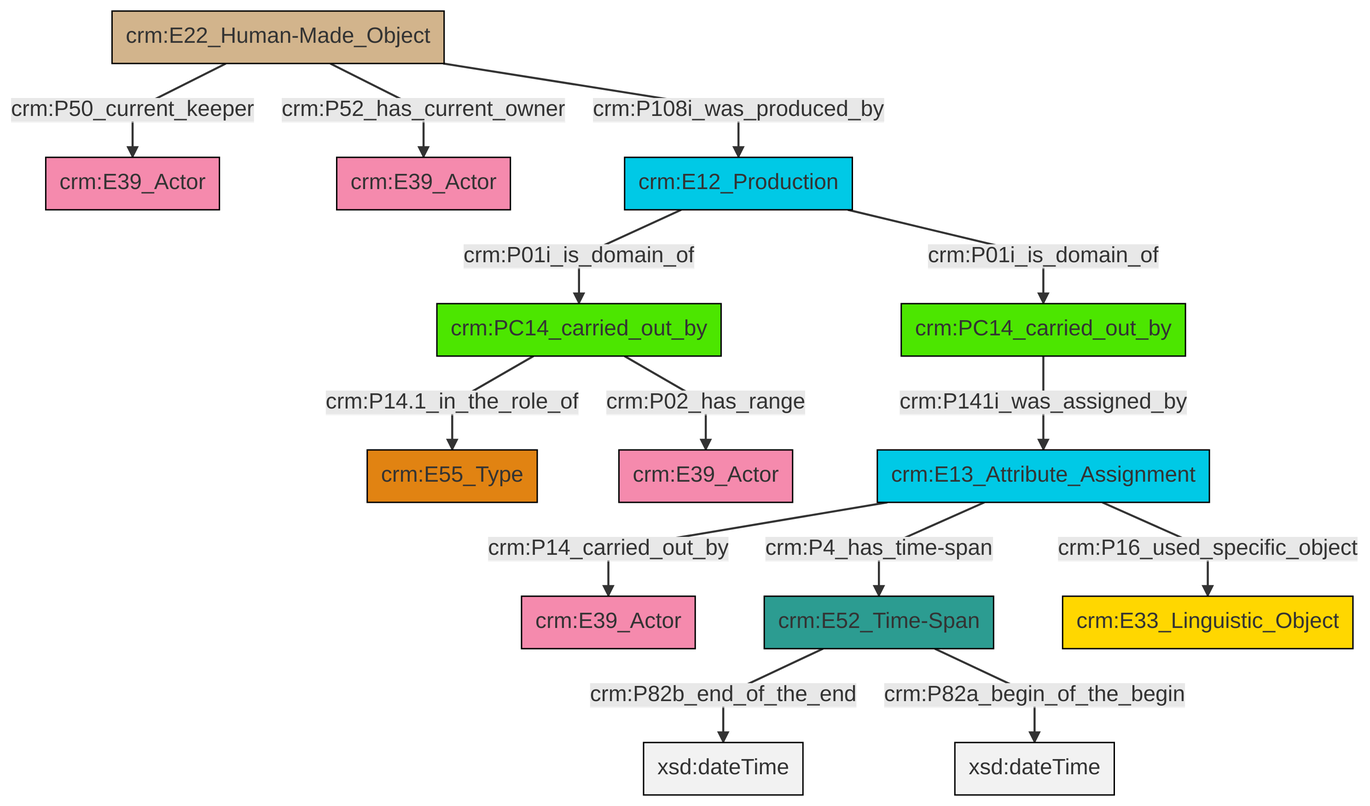
Before: et/carrierCSV/ttl/mmd/png/carrier_relations.png, a diagram exported from Mermaid (swiss-art-research-net/docs.swissartresearch). Its source is kept beside it as et/carrierCSV/ttl/mmd/carrier_relations.ttl.mmd.
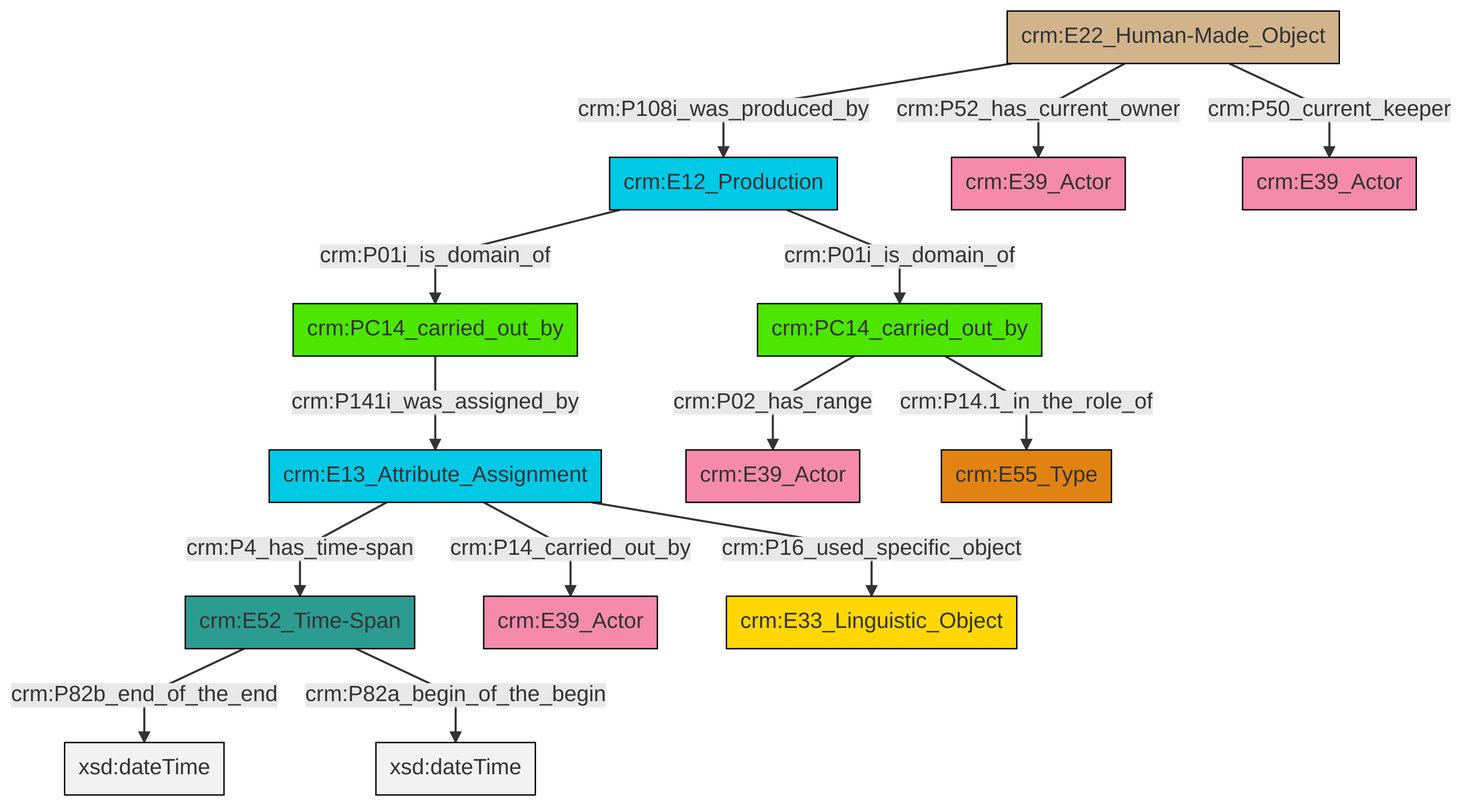
Above is the later version.

The edit, as a diff of the source:
```diff
@@ -13,16 +13,16 @@
 classDef PC_Classes fill:#4ce600, stroke:#000000;
 classDef Multi fill:#cccccc,stroke:#000000;
 
-0["crm:PC14_carried_out_by"]:::PC_Classes -->|crm:P14.1_in_the_role_of| 6["crm:E55_Type"]:::Type
-7["crm:E13_Attribute_Assignment"]:::Temporal_Entity -->|crm:P14_carried_out_by| 8["crm:E39_Actor"]:::Actor
+2["crm:E52_Time-Span"]:::Time-Span -->|crm:P82b_end_of_the_end| 3[xsd:dateTime]:::Literal
+8["crm:E22_Human-Made_Object"]:::Physical_Thing -->|crm:P108i_was_produced_by| 9["crm:E12_Production"]:::Temporal_Entity
+9["crm:E12_Production"]:::Temporal_Entity -->|crm:P01i_is_domain_of| 15["crm:PC14_carried_out_by"]:::PC_Classes
+6["crm:E13_Attribute_Assignment"]:::Temporal_Entity -->|crm:P4_has_time-span| 2["crm:E52_Time-Span"]:::Time-Span
+6["crm:E13_Attribute_Assignment"]:::Temporal_Entity -->|crm:P14_carried_out_by| 16["crm:E39_Actor"]:::Actor
+8["crm:E22_Human-Made_Object"]:::Physical_Thing -->|crm:P52_has_current_owner| 11["crm:E39_Actor"]:::Actor
+2["crm:E52_Time-Span"]:::Time-Span -->|crm:P82a_begin_of_the_begin| 23[xsd:dateTime]:::Literal
 9["crm:E12_Production"]:::Temporal_Entity -->|crm:P01i_is_domain_of| 0["crm:PC14_carried_out_by"]:::PC_Classes
-10["crm:E52_Time-Span"]:::Time-Span -->|crm:P82b_end_of_the_end| 11[xsd:dateTime]:::Literal
-7["crm:E13_Attribute_Assignment"]:::Temporal_Entity -->|crm:P4_has_time-span| 10["crm:E52_Time-Span"]:::Time-Span
-10["crm:E52_Time-Span"]:::Time-Span -->|crm:P82a_begin_of_the_begin| 16[xsd:dateTime]:::Literal
-20["crm:E22_Human-Made_Object"]:::Physical_Thing -->|crm:P50_current_keeper| 4["crm:E39_Actor"]:::Actor
-20["crm:E22_Human-Made_Object"]:::Physical_Thing -->|crm:P52_has_current_owner| 2["crm:E39_Actor"]:::Actor
-20["crm:E22_Human-Made_Object"]:::Physical_Thing -->|crm:P108i_was_produced_by| 9["crm:E12_Production"]:::Temporal_Entity
-9["crm:E12_Production"]:::Temporal_Entity -->|crm:P01i_is_domain_of| 18["crm:PC14_carried_out_by"]:::PC_Classes
-0["crm:PC14_carried_out_by"]:::PC_Classes -->|crm:P02_has_range| 21["crm:E39_Actor"]:::Actor
-18["crm:PC14_carried_out_by"]:::PC_Classes -->|crm:P141i_was_assigned_by| 7["crm:E13_Attribute_Assignment"]:::Temporal_Entity
-7["crm:E13_Attribute_Assignment"]:::Temporal_Entity -->|crm:P16_used_specific_object| 14["crm:E33_Linguistic_Object"]:::Conceptual_Object
+15["crm:PC14_carried_out_by"]:::PC_Classes -->|crm:P141i_was_assigned_by| 6["crm:E13_Attribute_Assignment"]:::Temporal_Entity
+0["crm:PC14_carried_out_by"]:::PC_Classes -->|crm:P02_has_range| 4["crm:E39_Actor"]:::Actor
+8["crm:E22_Human-Made_Object"]:::Physical_Thing -->|crm:P50_current_keeper| 13["crm:E39_Actor"]:::Actor
+6["crm:E13_Attribute_Assignment"]:::Temporal_Entity -->|crm:P16_used_specific_object| 19["crm:E33_Linguistic_Object"]:::Conceptual_Object
+0["crm:PC14_carried_out_by"]:::PC_Classes -->|crm:P14.1_in_the_role_of| 21["crm:E55_Type"]:::Type
```
